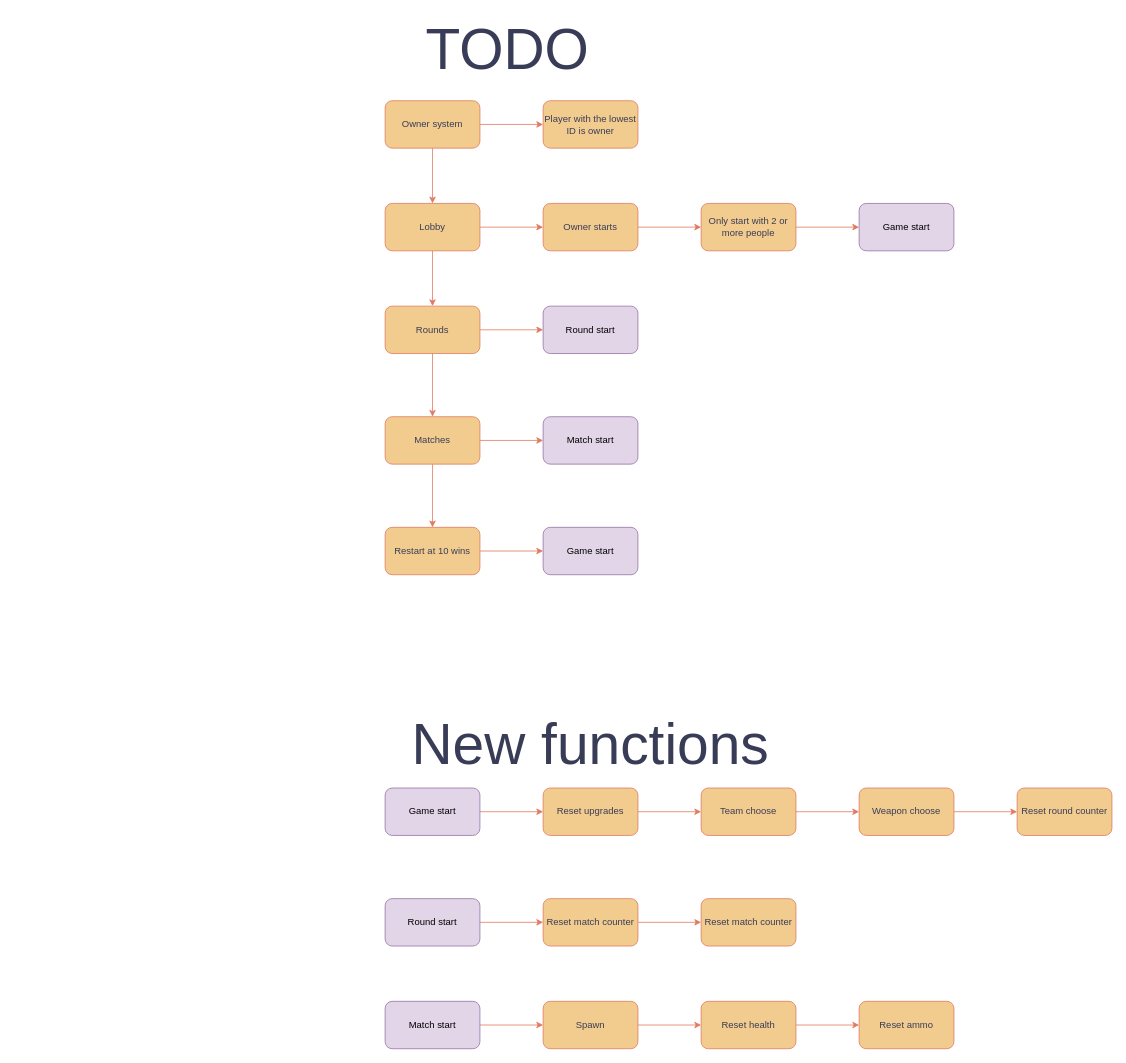
Above: page "Todo" (3 of 3) of flowchart/flowchart.drawio in DevNatrix/Project-B (draw.io), before the change. Source tidied: cells renumbered, new cells numbered last; positions are measured from the earlier drawing's top-left corner, leaving out a move shared by most shapes. Both pictures are drawn from the tidied source at 79%, with x=0, y=0 at pixel (385, 37).
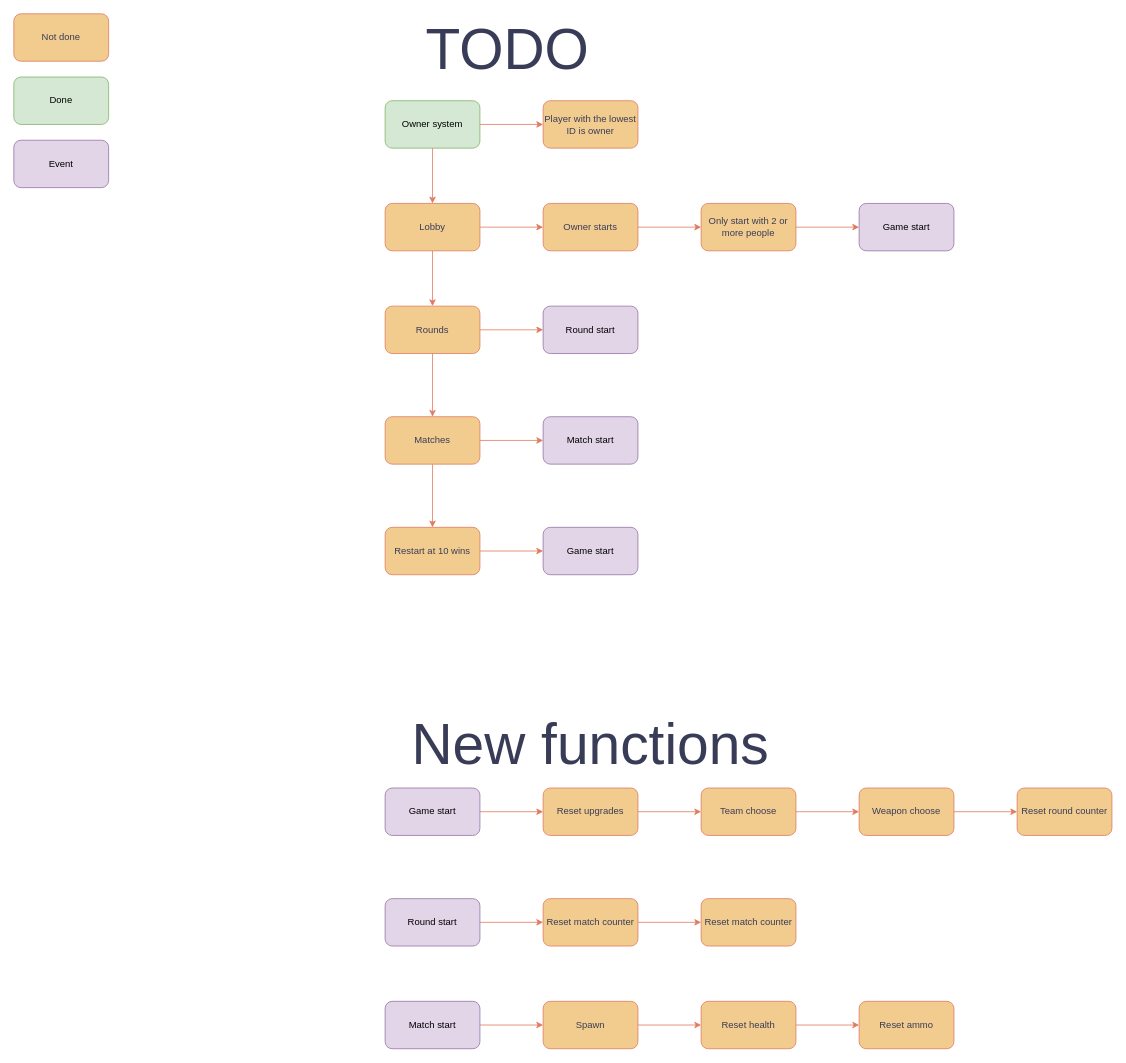
The same diagram, later.

The edit, as a diff of the source:
```diff
@@
-    <mxCell id="4" value="Owner system" style="rounded=1;whiteSpace=wrap;html=1;labelBackgroundColor=none;fillColor=#F2CC8F;strokeColor=#E07A5F;fontColor=#393C56;" parent="1" vertex="1">
+    <mxCell id="4" value="Owner system" style="rounded=1;whiteSpace=wrap;html=1;labelBackgroundColor=none;fillColor=#d5e8d4;strokeColor=#82b366;" parent="1" vertex="1">
       <mxGeometry y="80" width="120" height="60" as="geometry" />
     </mxCell>
@@
+    <mxCell id="49" value="Done" style="rounded=1;whiteSpace=wrap;html=1;strokeColor=#82b366;fillColor=#d5e8d4;" parent="1" vertex="1">
+      <mxGeometry x="-470" y="50" width="120" height="60" as="geometry" />
+    </mxCell>
+    <mxCell id="50" value="Event" style="rounded=1;whiteSpace=wrap;html=1;strokeColor=#9673a6;fillColor=#e1d5e7;" parent="1" vertex="1">
+      <mxGeometry x="-470" y="130" width="120" height="60" as="geometry" />
+    </mxCell>
+    <mxCell id="51" value="Not done" style="rounded=1;whiteSpace=wrap;html=1;labelBackgroundColor=none;fillColor=#F2CC8F;strokeColor=#E07A5F;fontColor=#393C56;" parent="1" vertex="1">
+      <mxGeometry x="-470" y="-30" width="120" height="60" as="geometry" />
+    </mxCell>
```
